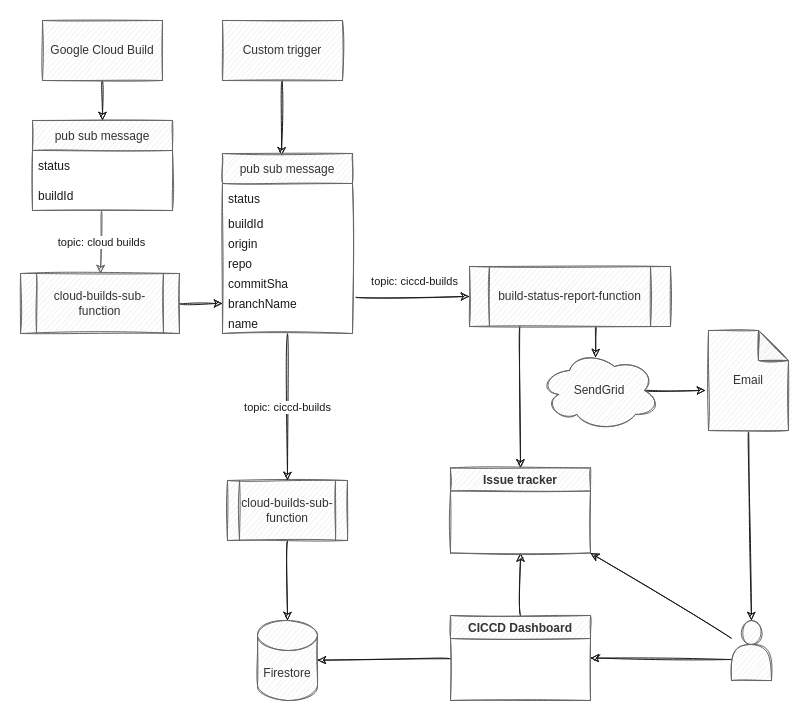
Earlier version of the draw.io export chart.png (thdk/cloud-build-monitor). Source tidied: cells renumbered, new cells last; positions are measured from the earlier drawing's top-left corner, leaving out a move shared by most shapes.
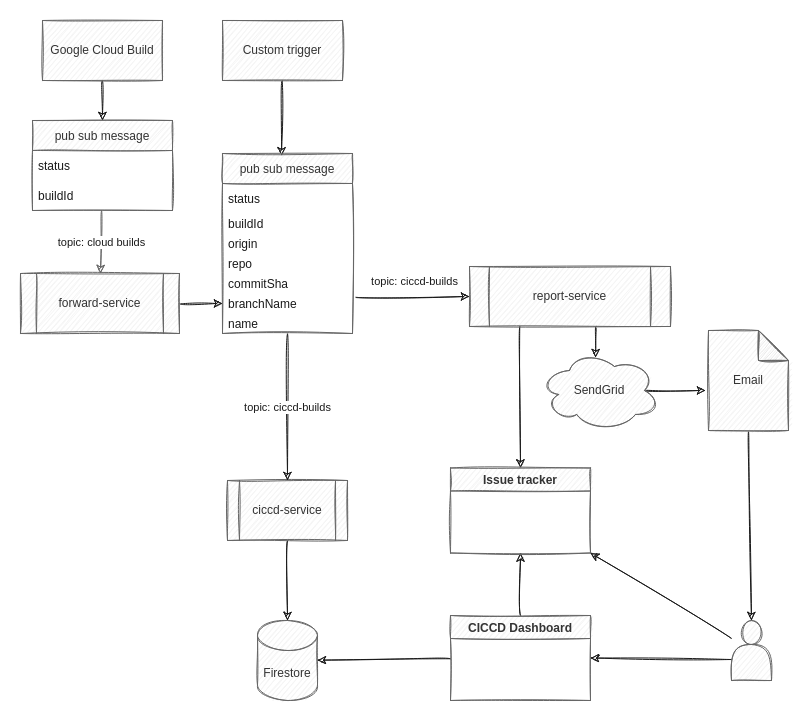
The same file after the commit.

Change to the diagram source:
```diff
@@ -19,7 +19,7 @@
     <mxCell id="6" style="edgeStyle=none;html=1;sketch=1;curved=1;rounded=0;strokeColor=#1A1A1A;exitX=1;exitY=0.5;exitDx=0;exitDy=0;entryX=0;entryY=0.5;entryDx=0;entryDy=0;" parent="1" edge="1" source="7" target="21">
       <mxGeometry relative="1" as="geometry" />
     </mxCell>
-    <mxCell id="7" value="cloud-builds-sub-function" style="shape=process;whiteSpace=wrap;html=1;backgroundOutline=1;sketch=1;rounded=0;fillColor=#f5f5f5;fontColor=#333333;strokeColor=#666666;" parent="1" vertex="1">
+    <mxCell id="7" value="forward-service" style="shape=process;whiteSpace=wrap;html=1;backgroundOutline=1;sketch=1;rounded=0;fillColor=#f5f5f5;fontColor=#333333;strokeColor=#666666;" parent="1" vertex="1">
       <mxGeometry y="253" width="159" height="60" as="geometry" />
     </mxCell>
     <mxCell id="8" style="edgeStyle=none;html=1;entryX=0.467;entryY=0.088;entryDx=0;entryDy=0;entryPerimeter=0;sketch=1;curved=1;rounded=0;strokeColor=#1A1A1A;exitX=0.631;exitY=0.995;exitDx=0;exitDy=0;exitPerimeter=0;" parent="1" edge="1" source="37" target="24">
@@ -31,7 +31,7 @@
     <mxCell id="10" style="edgeStyle=none;html=1;entryX=0.5;entryY=0;entryDx=0;entryDy=0;sketch=1;curved=1;rounded=0;strokeColor=#1A1A1A;exitX=0.25;exitY=1;exitDx=0;exitDy=0;fontStyle=0;" parent="1" edge="1" source="37" target="36">
       <mxGeometry relative="1" as="geometry" />
     </mxCell>
-    <mxCell id="11" value="cloud-builds-sub-function" style="shape=process;whiteSpace=wrap;html=1;backgroundOutline=1;sketch=1;rounded=0;fillColor=#f5f5f5;fontColor=#333333;strokeColor=#666666;" parent="1" vertex="1">
+    <mxCell id="11" value="ciccd-service" style="shape=process;whiteSpace=wrap;html=1;backgroundOutline=1;sketch=1;rounded=0;fillColor=#f5f5f5;fontColor=#333333;strokeColor=#666666;" parent="1" vertex="1">
       <mxGeometry x="207" y="460" width="120" height="60" as="geometry" />
     </mxCell>
     <mxCell id="12" style="edgeStyle=none;html=1;entryX=0.454;entryY=0.013;entryDx=0;entryDy=0;entryPerimeter=0;sketch=1;curved=1;rounded=0;strokeColor=#1A1A1A;" parent="1" edge="1" source="13" target="15">
@@ -109,7 +109,7 @@
     <mxCell id="36" value="Issue tracker" style="swimlane;startSize=23;sketch=1;rounded=0;fillColor=#f5f5f5;fontColor=#333333;strokeColor=#666666;" parent="1" vertex="1">
       <mxGeometry x="430" y="447.5" width="140" height="85" as="geometry" />
     </mxCell>
-    <mxCell id="37" value="build-status-report-function" style="shape=process;whiteSpace=wrap;html=1;backgroundOutline=1;sketch=1;rounded=0;fillColor=#f5f5f5;fontColor=#333333;strokeColor=#666666;" parent="1" vertex="1">
+    <mxCell id="37" value="report-service" style="shape=process;whiteSpace=wrap;html=1;backgroundOutline=1;sketch=1;rounded=0;fillColor=#f5f5f5;fontColor=#333333;strokeColor=#666666;" parent="1" vertex="1">
       <mxGeometry x="449" y="246" width="201" height="60" as="geometry" />
     </mxCell>
     <mxCell id="38" value="&lt;meta charset=&quot;utf-8&quot;&gt;&lt;span style=&quot;font-family: helvetica; font-size: 11px; font-style: normal; font-weight: 400; letter-spacing: normal; text-align: center; text-indent: 0px; text-transform: none; word-spacing: 0px; display: inline; float: none;&quot;&gt;topic: ciccd-builds&lt;/span&gt;" style="edgeStyle=none;html=1;sketch=1;curved=1;rounded=0;strokeColor=#1A1A1A;labelBackgroundColor=#FFFFFF;fontColor=#1A1A1A;exitX=1.023;exitY=0.2;exitDx=0;exitDy=0;exitPerimeter=0;entryX=0;entryY=0.5;entryDx=0;entryDy=0;" parent="1" edge="1" source="21" target="37">
```
